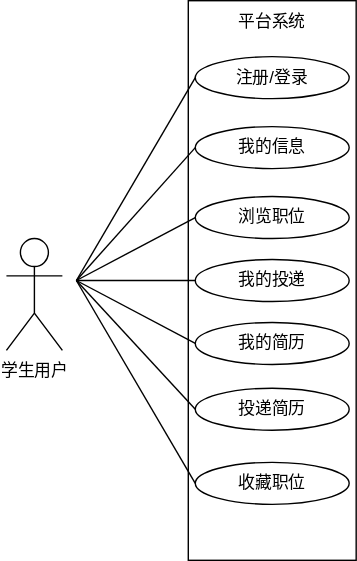
Before: paper.drawio.svg, a diagram exported from draw.io (fubd/paper-image). Source tidied: cells renumbered, new cells last; positions are measured from the earlier drawing's top-left corner, leaving out a move shared by most shapes.
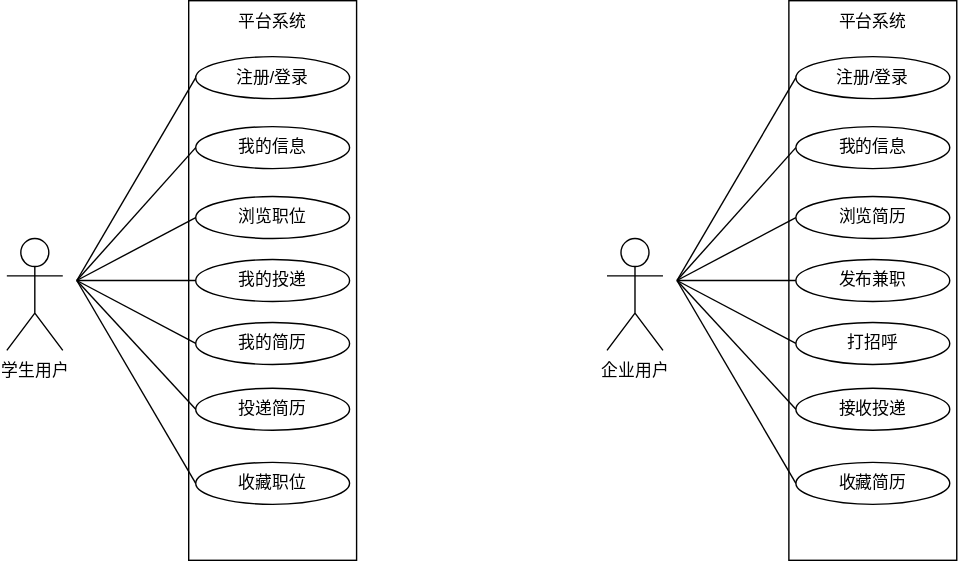
After the change.

Change to the diagram source:
```diff
@@ -70,5 +70,73 @@
         <mxPoint x="50" y="200" as="sourcePoint" />
       </mxGeometry>
     </mxCell>
+    <mxCell id="19" value="&lt;span style=&quot;font-size: 12px;&quot;&gt;企业用户&lt;/span&gt;" style="shape=umlActor;verticalLabelPosition=bottom;verticalAlign=top;html=1;fontSize=13;" parent="1" vertex="1">
+      <mxGeometry x="429" y="170" width="40" height="80" as="geometry" />
+    </mxCell>
+    <mxCell id="20" value="&lt;div&gt;&lt;span style=&quot;background-color: transparent; color: light-dark(rgb(0, 0, 0), rgb(255, 255, 255));&quot;&gt;&lt;font style=&quot;font-size: 12px;&quot;&gt;平台系统&lt;/font&gt;&lt;/span&gt;&lt;/div&gt;" style="rounded=0;whiteSpace=wrap;html=1;align=center;verticalAlign=top;fontSize=13;" parent="1" vertex="1">
+      <mxGeometry x="559" width="120" height="400" as="geometry" />
+    </mxCell>
+    <mxCell id="21" value="注册/登录" style="ellipse;whiteSpace=wrap;html=1;" parent="1" vertex="1">
+      <mxGeometry x="564" y="40" width="110" height="30" as="geometry" />
+    </mxCell>
+    <mxCell id="22" value="我的信息" style="ellipse;whiteSpace=wrap;html=1;" parent="1" vertex="1">
+      <mxGeometry x="564" y="90" width="110" height="30" as="geometry" />
+    </mxCell>
+    <mxCell id="23" value="浏览简历" style="ellipse;whiteSpace=wrap;html=1;" parent="1" vertex="1">
+      <mxGeometry x="564" y="140" width="110" height="30" as="geometry" />
+    </mxCell>
+    <mxCell id="24" value="发布兼职" style="ellipse;whiteSpace=wrap;html=1;" parent="1" vertex="1">
+      <mxGeometry x="564" y="185" width="110" height="30" as="geometry" />
+    </mxCell>
+    <mxCell id="25" value="打招呼" style="ellipse;whiteSpace=wrap;html=1;" parent="1" vertex="1">
+      <mxGeometry x="564" y="230" width="110" height="30" as="geometry" />
+    </mxCell>
+    <mxCell id="26" value="接收投递" style="ellipse;whiteSpace=wrap;html=1;" parent="1" vertex="1">
+      <mxGeometry x="564" y="277" width="110" height="30" as="geometry" />
+    </mxCell>
+    <mxCell id="27" value="收藏简历" style="ellipse;whiteSpace=wrap;html=1;spacingTop=0;spacingLeft=0;" parent="1" vertex="1">
+      <mxGeometry x="564" y="330" width="110" height="30" as="geometry" />
+    </mxCell>
+    <mxCell id="28" style="endArrow=none;html=1;rounded=0;" parent="1" edge="1">
+      <mxGeometry relative="1" as="geometry">
+        <mxPoint x="479" y="200" as="sourcePoint" />
+        <mxPoint x="479" y="200" as="targetPoint" />
+      </mxGeometry>
+    </mxCell>
+    <mxCell id="29" style="endArrow=none;html=1;rounded=0;entryX=0;entryY=0.5;entryDx=0;entryDy=0;" parent="1" edge="1" target="24">
+      <mxGeometry relative="1" as="geometry">
+        <mxPoint x="479" y="200" as="sourcePoint" />
+      </mxGeometry>
+    </mxCell>
+    <mxCell id="30" style="endArrow=none;html=1;rounded=0;entryX=0;entryY=0.5;entryDx=0;entryDy=0;" parent="1" edge="1" target="23">
+      <mxGeometry relative="1" as="geometry">
+        <mxPoint x="479" y="200" as="sourcePoint" />
+      </mxGeometry>
+    </mxCell>
+    <mxCell id="31" style="endArrow=none;html=1;rounded=0;entryX=0;entryY=0.5;entryDx=0;entryDy=0;" parent="1" edge="1" target="25">
+      <mxGeometry relative="1" as="geometry">
+        <mxPoint x="479" y="200" as="sourcePoint" />
+      </mxGeometry>
+    </mxCell>
+    <mxCell id="32" style="endArrow=none;html=1;rounded=0;entryX=0;entryY=0.5;entryDx=0;entryDy=0;" parent="1" edge="1" target="26">
+      <mxGeometry relative="1" as="geometry">
+        <mxPoint x="479" y="200" as="sourcePoint" />
+      </mxGeometry>
+    </mxCell>
+    <mxCell id="33" style="endArrow=none;html=1;rounded=0;entryX=0;entryY=0.5;entryDx=0;entryDy=0;" parent="1" edge="1" target="22">
+      <mxGeometry relative="1" as="geometry">
+        <mxPoint x="479" y="200" as="sourcePoint" />
+      </mxGeometry>
+    </mxCell>
+    <mxCell id="34" style="endArrow=none;html=1;rounded=0;entryX=0;entryY=0.5;entryDx=0;entryDy=0;" parent="1" edge="1" target="21">
+      <mxGeometry relative="1" as="geometry">
+        <mxPoint x="479" y="200" as="sourcePoint" />
+      </mxGeometry>
+    </mxCell>
+    <mxCell id="35" style="endArrow=none;html=1;rounded=0;entryX=0;entryY=0.5;entryDx=0;entryDy=0;" parent="1" edge="1" target="27">
+      <mxGeometry relative="1" as="geometry">
+        <mxPoint x="479" y="200" as="sourcePoint" />
+      </mxGeometry>
+    </mxCell>
   </root>
 </mxGraphModel>
```
